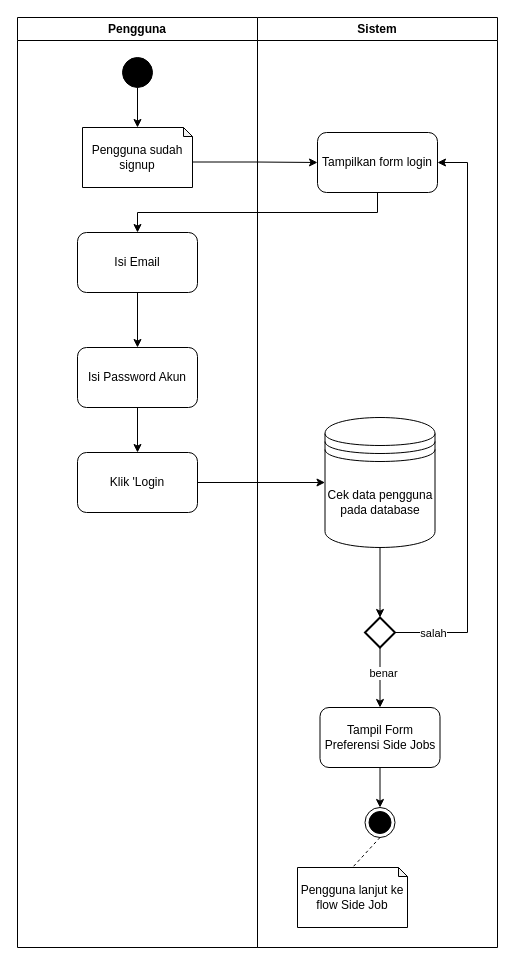
Before: page "Page-3" (2 of 3) of Untitled Diagram.drawio in alvina893/drafts--, a draw.io diagram. Source tidied: cells renumbered, new cells numbered last; positions are measured from the earlier drawing's top-left corner, leaving out a move shared by most shapes. Both pictures are drawn from the tidied source at 100%, with x=0, y=0 at pixel (17, 17).
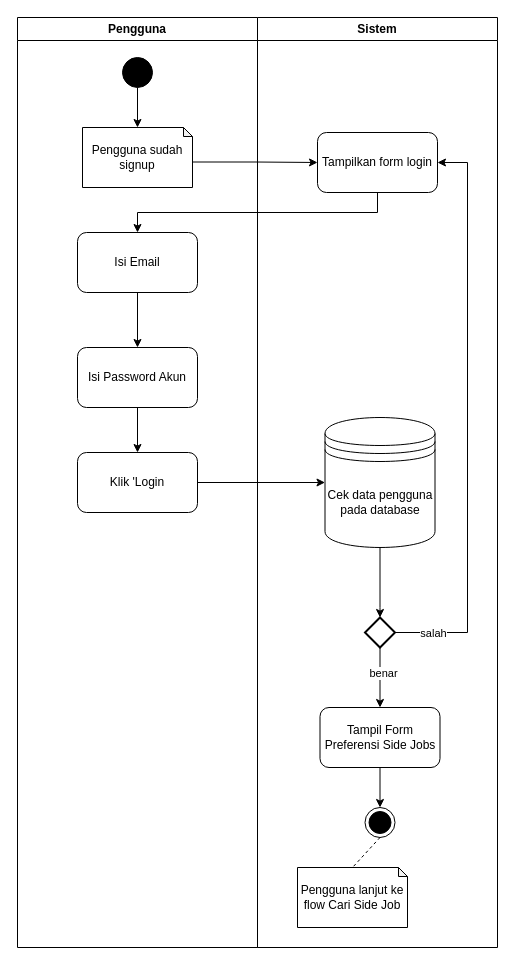
Above is the later version.

Unchanged cells that the change refers to:
```xml
<mxCell id="13" value="Sistem" style="swimlane;whiteSpace=wrap;html=1;" parent="1" vertex="1">
  <mxGeometry x="240" width="240" height="930" as="geometry" />
</mxCell>
```

The edit, as a diff of the source:
```diff
@@
-    <mxCell id="20" value="Pengguna lanjut ke flow Side Job" style="shape=note;whiteSpace=wrap;html=1;backgroundOutline=1;darkOpacity=0.05;size=9;" parent="13" vertex="1">
+    <mxCell id="20" value="Pengguna lanjut ke flow Cari Side Job" style="shape=note;whiteSpace=wrap;html=1;backgroundOutline=1;darkOpacity=0.05;size=9;" parent="13" vertex="1">
       <mxGeometry x="40" y="850" width="110" height="60" as="geometry" />
     </mxCell>
```
